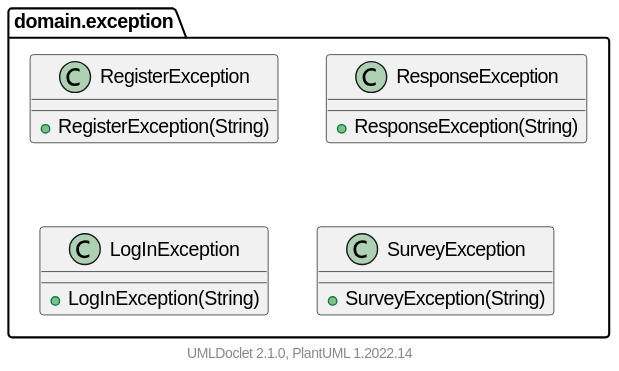
felipenugo/k-surveys keeps this PlantUML diagram as DOC/javadoc/domain/exception/package.svg. Above is the earlier version.
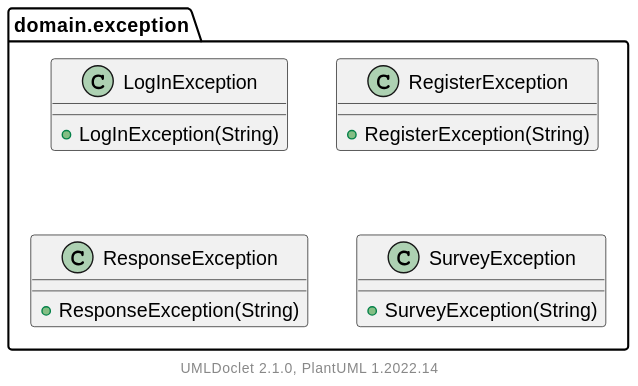
The same file after the commit.

The edit, as a diff of the source:
```diff
@@ -1,5 +1,9 @@
 @startuml
     namespace domain.exception {
+
+        class LogInException [[LogInException.html]] {
+            +LogInException(String)
+        }
 
         class RegisterException [[RegisterException.html]] {
             +RegisterException(String)
@@ -7,10 +11,6 @@
 
         class ResponseException [[ResponseException.html]] {
             +ResponseException(String)
-        }
-
-        class LogInException [[LogInException.html]] {
-            +LogInException(String)
         }
 
         class SurveyException [[SurveyException.html]] {
```
